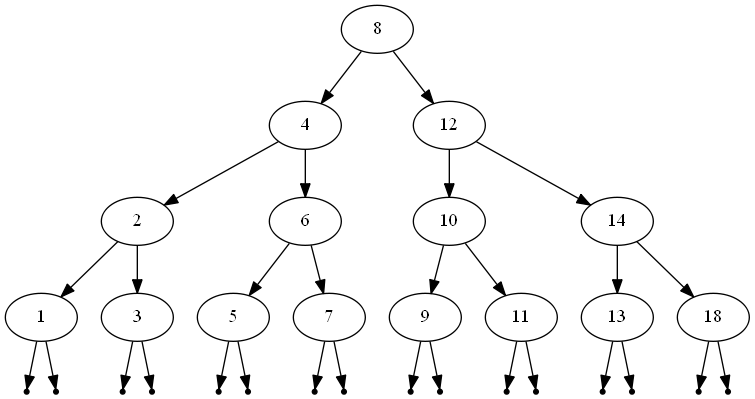
The Graphviz diagram 2017-2018/labo-1/oplossing/boom_evenwichtig.png in AndreasBackx/gevorderde-algoritmen, before a commit. Its source is kept beside it as 2017-2018/labo-1/oplossing/boom_evenwichtig.dot. The source it was exported from:
```dot
digraph BST {
	 8 -> 4;
	 8 -> 12;
	 12 -> 10;
	 12 -> 14;
	 14 -> 13;
	 14 -> 18;
	 null0 [shape=point];
	 18 -> null0;
	 null1 [shape=point];
	 18 -> null1;
	 null2 [shape=point];
	 13 -> null2;
	 null3 [shape=point];
	 13 -> null3;
	 10 -> 9;
	 10 -> 11;
	 null4 [shape=point];
	 11 -> null4;
	 null5 [shape=point];
	 11 -> null5;
	 null6 [shape=point];
	 9 -> null6;
	 null7 [shape=point];
	 9 -> null7;
	 4 -> 2;
	 4 -> 6;
	 6 -> 5;
	 6 -> 7;
	 null8 [shape=point];
	 7 -> null8;
	 null9 [shape=point];
	 7 -> null9;
	 null10 [shape=point];
	 5 -> null10;
	 null11 [shape=point];
	 5 -> null11;
	 2 -> 1;
	 2 -> 3;
	 null12 [shape=point];
	 3 -> null12;
	 null13 [shape=point];
	 3 -> null13;
	 null14 [shape=point];
	 1 -> null14;
	 null15 [shape=point];
	 1 -> null15;
}
```
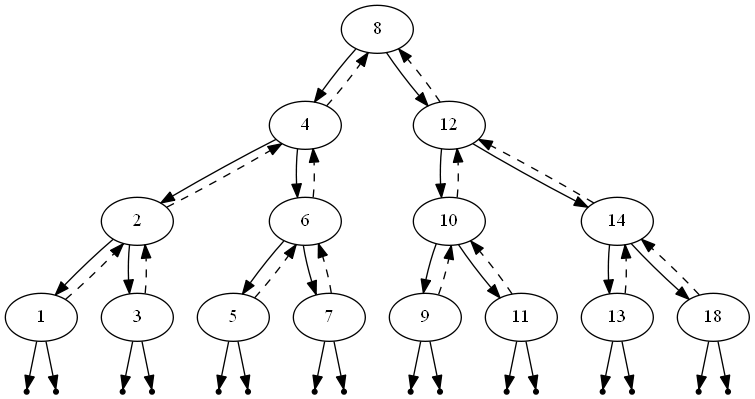
After the change.

Commit message:
Functies voor evenwichtig aangepast voor meer efficientie

What changed in the source:
```diff
@@ -1,46 +1,60 @@
 digraph BST {
 	 8 -> 4;
 	 8 -> 12;
+	 12 -> 8 [style=dashed];
 	 12 -> 10;
 	 12 -> 14;
+	 14 -> 12 [style=dashed];
 	 14 -> 13;
 	 14 -> 18;
+	 18 -> 14 [style=dashed];
 	 null0 [shape=point];
 	 18 -> null0;
 	 null1 [shape=point];
 	 18 -> null1;
+	 13 -> 14 [style=dashed];
 	 null2 [shape=point];
 	 13 -> null2;
 	 null3 [shape=point];
 	 13 -> null3;
+	 10 -> 12 [style=dashed];
 	 10 -> 9;
 	 10 -> 11;
+	 11 -> 10 [style=dashed];
 	 null4 [shape=point];
 	 11 -> null4;
 	 null5 [shape=point];
 	 11 -> null5;
+	 9 -> 10 [style=dashed];
 	 null6 [shape=point];
 	 9 -> null6;
 	 null7 [shape=point];
 	 9 -> null7;
+	 4 -> 8 [style=dashed];
 	 4 -> 2;
 	 4 -> 6;
+	 6 -> 4 [style=dashed];
 	 6 -> 5;
 	 6 -> 7;
+	 7 -> 6 [style=dashed];
 	 null8 [shape=point];
 	 7 -> null8;
 	 null9 [shape=point];
 	 7 -> null9;
+	 5 -> 6 [style=dashed];
 	 null10 [shape=point];
 	 5 -> null10;
 	 null11 [shape=point];
 	 5 -> null11;
+	 2 -> 4 [style=dashed];
 	 2 -> 1;
 	 2 -> 3;
+	 3 -> 2 [style=dashed];
 	 null12 [shape=point];
 	 3 -> null12;
 	 null13 [shape=point];
 	 3 -> null13;
+	 1 -> 2 [style=dashed];
 	 null14 [shape=point];
 	 1 -> null14;
 	 null15 [shape=point];
```
